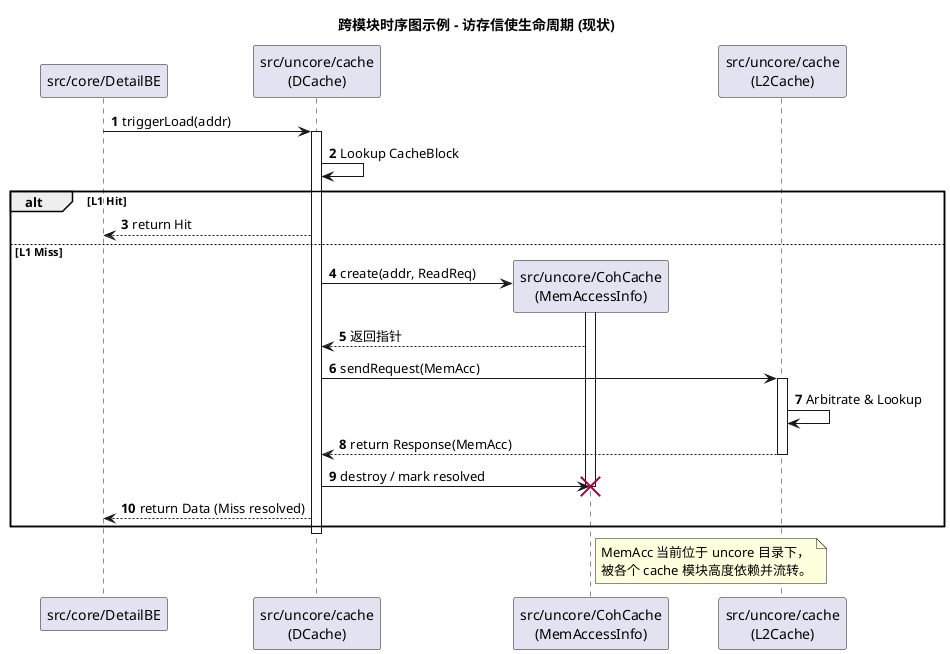
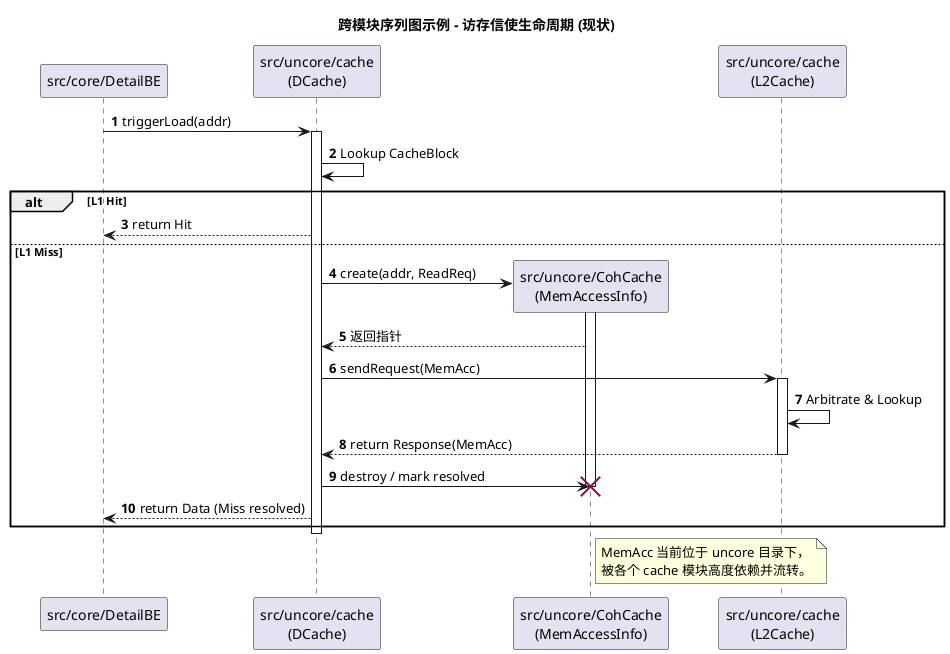
@startuml
' 全局样式配置
skinparam ParticipantPadding 20
skinparam BoxPadding 10
autonumber

- title 跨模块时序图示例 - 访存信使生命周期 (现状)
+ title 跨模块序列图示例 - 访存信使生命周期 (现状)

participant "src/core/DetailBE" as BE
participant "src/uncore/cache\n(DCache)" as DCache
participant "src/uncore/CohCache\n(MemAccessInfo)" as MemAcc
participant "src/uncore/cache\n(L2Cache)" as L2

BE -> DCache : triggerLoad(addr)
activate DCache

DCache -> DCache : Lookup CacheBlock

alt L1 Hit
    DCache --> BE : return Hit
else L1 Miss
    DCache -> MemAcc ** : create(addr, ReadReq)
    activate MemAcc
    MemAcc --> DCache : 返回指针

    DCache -> L2 : sendRequest(MemAcc)
    activate L2

    L2 -> L2 : Arbitrate & Lookup
    L2 --> DCache : return Response(MemAcc)
    deactivate L2

    DCache -> MemAcc !! : destroy / mark resolved
    deactivate MemAcc

    DCache --> BE : return Data (Miss resolved)
end

deactivate DCache

note right of MemAcc
  MemAcc 当前位于 uncore 目录下，
  被各个 cache 模块高度依赖并流转。
end note
@enduml
